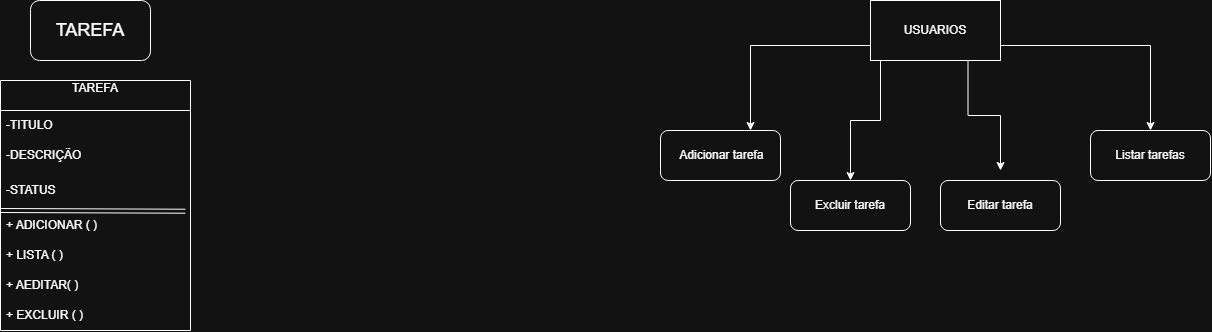
This is TaskFlow/docs/diagrama-casos-de-uso.png from phmarreta/TaskFlow., a draw.io export, as it was before one commit. Source tidied: cells renumbered, new cells last; positions are measured from the earlier drawing's top-left corner, leaving out a move shared by most shapes.
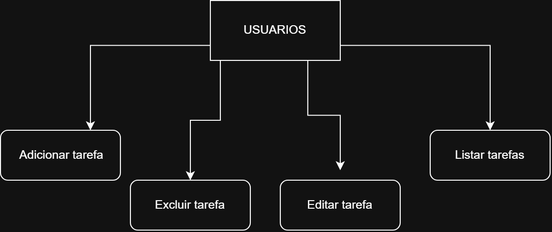
The same diagram one commit later.

Diff of the diagram source:
```diff
@@ -2,41 +2,6 @@
   <root>
     <mxCell id="0" />
     <mxCell id="1" parent="0" />
-    <mxCell id="2" value="&lt;font style=&quot;font-size: 21px;&quot;&gt;Tarefa&lt;/font&gt;" style="text;whiteSpace=wrap;html=1;" parent="1" vertex="1">
-      <mxGeometry x="30" y="10" width="170" height="70" as="geometry" />
-    </mxCell>
-    <mxCell id="3" value="&lt;font style=&quot;font-size: 18px;&quot;&gt;TAREFA&lt;/font&gt;" style="rounded=1;whiteSpace=wrap;html=1;" parent="1" vertex="1">
-      <mxGeometry x="30" width="120" height="60" as="geometry" />
-    </mxCell>
-    <mxCell id="4" value="TAREFA&lt;div&gt;&lt;br&gt;&lt;/div&gt;" style="swimlane;fontStyle=0;horizontal=1;startSize=30;whiteSpace=wrap;html=1;" parent="1" vertex="1">
-      <mxGeometry y="80" width="190" height="250" as="geometry" />
-    </mxCell>
-    <mxCell id="5" value="-TITULO" style="text;strokeColor=none;fillColor=none;align=left;verticalAlign=middle;spacingLeft=4;spacingRight=4;overflow=hidden;whiteSpace=wrap;html=1;" parent="4" vertex="1">
-      <mxGeometry y="30" width="190" height="30" as="geometry" />
-    </mxCell>
-    <mxCell id="6" value="-DESCRIÇÃO" style="text;strokeColor=none;fillColor=none;align=left;verticalAlign=middle;spacingLeft=4;spacingRight=4;overflow=hidden;whiteSpace=wrap;html=1;" parent="4" vertex="1">
-      <mxGeometry y="60" width="190" height="30" as="geometry" />
-    </mxCell>
-    <mxCell id="7" value="-STATUS" style="text;strokeColor=none;fillColor=none;align=left;verticalAlign=middle;spacingLeft=4;spacingRight=4;overflow=hidden;whiteSpace=wrap;html=1;" parent="4" vertex="1">
-      <mxGeometry y="90" width="190" height="40" as="geometry" />
-    </mxCell>
-    <mxCell id="8" style="shape=link;html=1;rounded=0;entryX=0.973;entryY=0.024;entryDx=0;entryDy=0;entryPerimeter=0;" parent="4" edge="1" target="9">
-      <mxGeometry relative="1" as="geometry">
-        <mxPoint y="130" as="sourcePoint" />
-      </mxGeometry>
-    </mxCell>
-    <mxCell id="9" value=" + ADICIONAR ( )" style="text;strokeColor=none;fillColor=none;align=left;verticalAlign=middle;spacingLeft=4;spacingRight=4;overflow=hidden;points=[[0,0.5],[1,0.5]];portConstraint=eastwest;whiteSpace=wrap;html=1;" parent="4" vertex="1">
-      <mxGeometry y="130" width="190" height="30" as="geometry" />
-    </mxCell>
-    <mxCell id="10" value="+ LISTA ( )" style="text;strokeColor=none;fillColor=none;align=left;verticalAlign=middle;spacingLeft=4;spacingRight=4;overflow=hidden;whiteSpace=wrap;html=1;" parent="4" vertex="1">
-      <mxGeometry y="160" width="190" height="30" as="geometry" />
-    </mxCell>
-    <mxCell id="11" value="+ AEDITAR( )" style="text;strokeColor=none;fillColor=none;align=left;verticalAlign=middle;spacingLeft=4;spacingRight=4;overflow=hidden;whiteSpace=wrap;html=1;" parent="4" vertex="1">
-      <mxGeometry y="190" width="190" height="30" as="geometry" />
-    </mxCell>
-    <mxCell id="12" value=" + EXCLUIR ( )" style="text;strokeColor=none;fillColor=none;align=left;verticalAlign=middle;spacingLeft=4;spacingRight=4;overflow=hidden;whiteSpace=wrap;html=1;" parent="4" vertex="1">
-      <mxGeometry y="220" width="190" height="30" as="geometry" />
-    </mxCell>
     <mxCell id="13" style="edgeStyle=orthogonalEdgeStyle;rounded=0;jettySize=auto;html=1;exitX=0;exitY=0.75;exitDx=0;exitDy=0;entryX=0.75;entryY=0;entryDx=0;entryDy=0;" parent="1" edge="1" source="17" target="19">
       <mxGeometry relative="1" as="geometry" />
     </mxCell>
```
